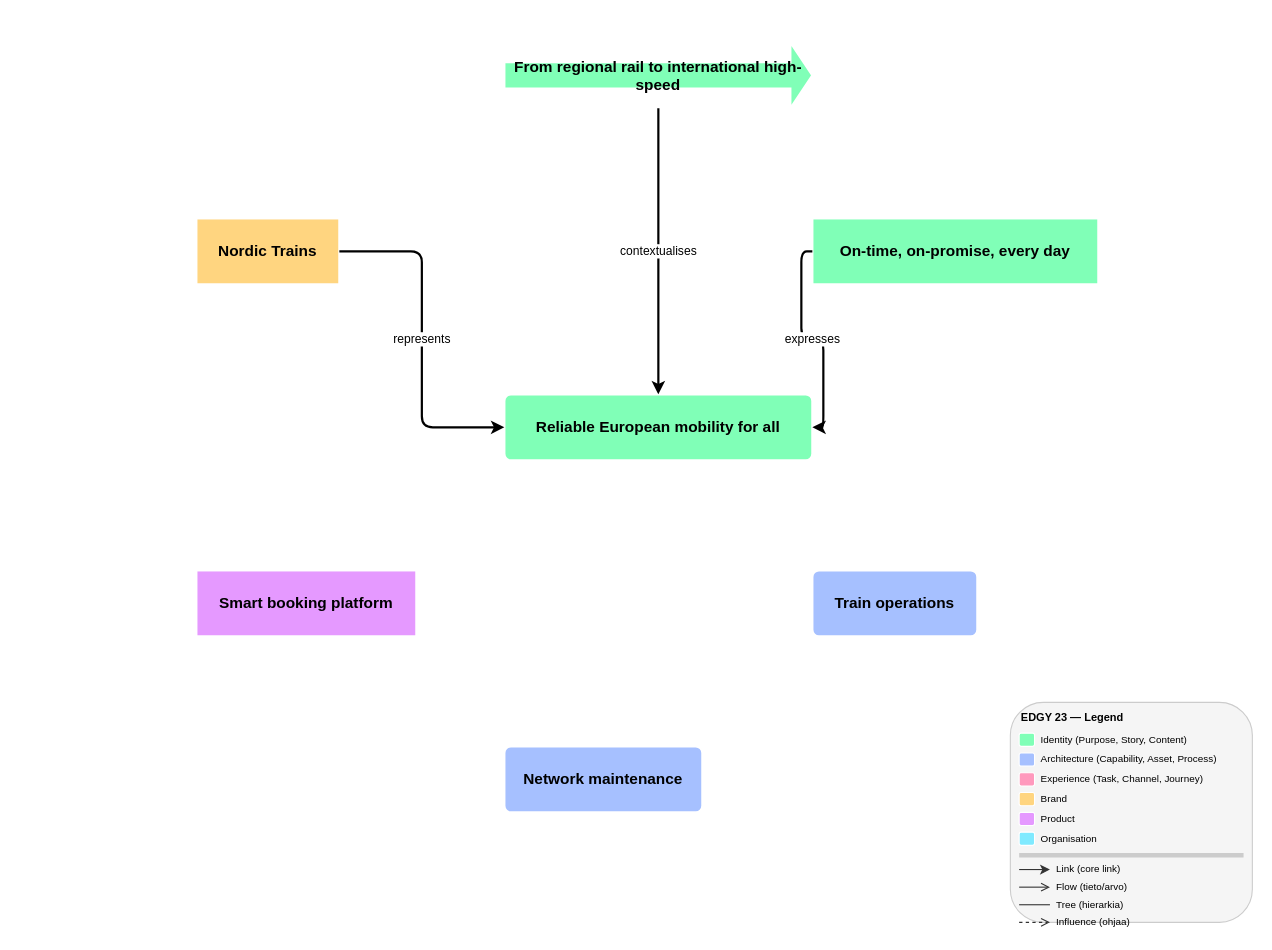
Earlier version of the draw.io diagram skills/documentation/edgy-diagram/examples/expected-purpose.drawio (Rahola/edgy-skills). Source tidied: cells renumbered, new cells numbered last; positions are measured from the earlier drawing's top-left corner, leaving out a move shared by most shapes. Both pictures are drawn from the tidied source at 110%, with x=0, y=0 at pixel (196, 42).
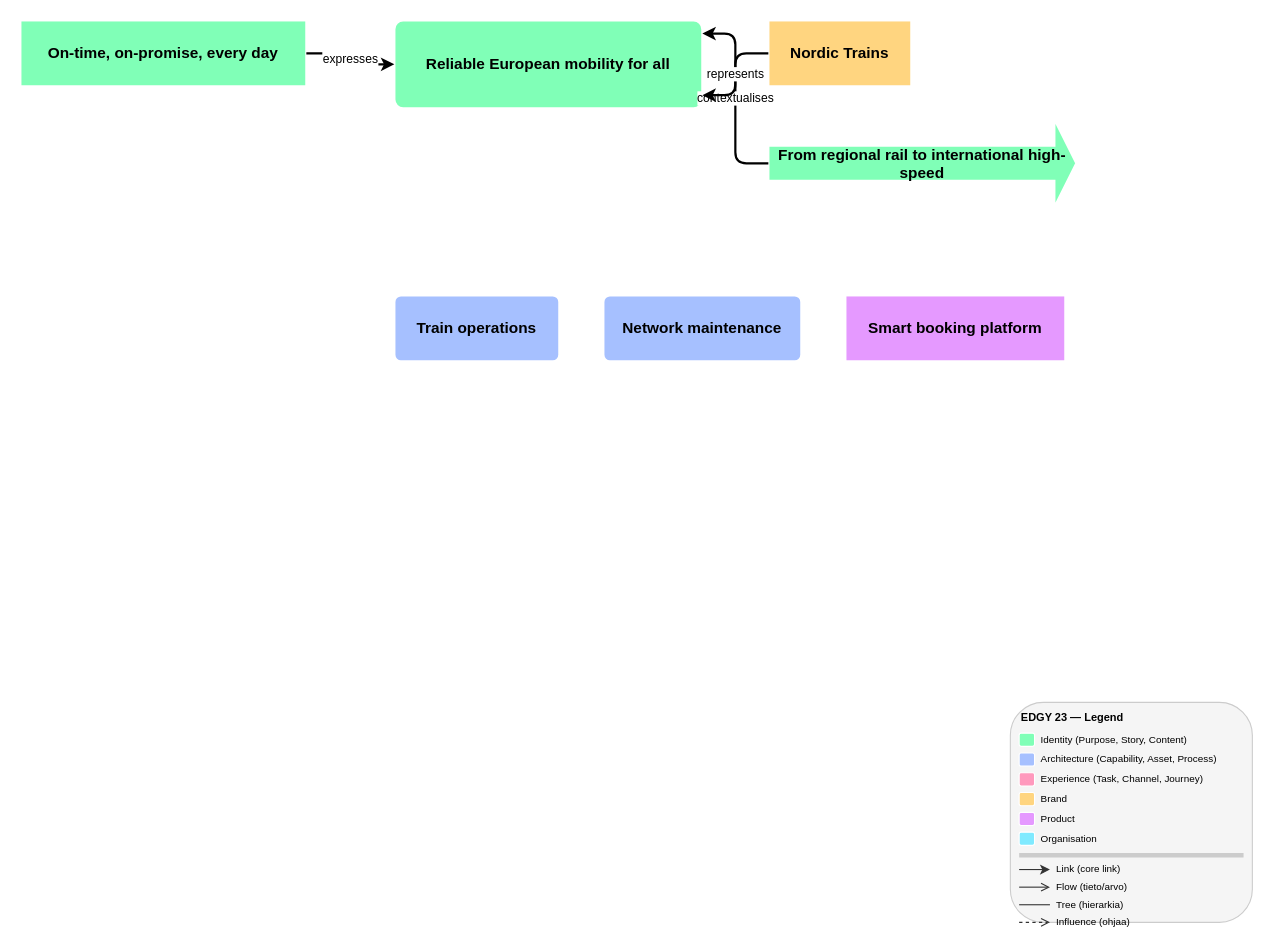
After the change.

What changed in the source:
```diff
@@
     <mxCell id="2" value="Reliable European mobility for all" style="rounded=1;whiteSpace=wrap;html=1;fillColor=#80ffb7;strokeColor=#FFFFFF;strokeWidth=2;arcSize=10;verticalAlign=middle;fontStyle=1;fontSize=14;" parent="1" vertex="1">
-      <mxGeometry x="280" y="320" width="280" height="60" as="geometry" />
+      <mxGeometry x="180" y="-20" width="280" height="80" as="geometry" />
     </mxCell>
     <mxCell id="3" value="From regional rail to international high-speed" style="shape=mxgraph.arrows2.arrow;dy=0.6;dx=20;notch=0;whiteSpace=wrap;html=1;fillColor=#80ffb7;strokeColor=#FFFFFF;strokeWidth=2;verticalAlign=middle;fontStyle=1;fontSize=14;" parent="1" vertex="1">
-      <mxGeometry x="280" width="280" height="60" as="geometry" />
+      <mxGeometry x="520" y="70" width="280" height="80" as="geometry" />
     </mxCell>
     <mxCell id="4" value="On-time, on-promise, every day" style="whiteSpace=wrap;html=1;fillColor=#80ffb7;strokeColor=#FFFFFF;strokeWidth=2;verticalAlign=middle;fontStyle=1;fontSize=14;" parent="1" vertex="1">
-      <mxGeometry x="560" y="160" width="260" height="60" as="geometry" />
+      <mxGeometry x="-160" y="-20" width="260" height="60" as="geometry" />
     </mxCell>
     <mxCell id="5" value="Train operations" style="rounded=1;whiteSpace=wrap;html=1;fillColor=#a6c0ff;strokeColor=#FFFFFF;strokeWidth=2;arcSize=10;verticalAlign=middle;fontStyle=1;fontSize=14;" parent="1" vertex="1">
-      <mxGeometry x="560" y="480" width="150" height="60" as="geometry" />
+      <mxGeometry x="180" y="230" width="150" height="60" as="geometry" />
     </mxCell>
     <mxCell id="6" value="Network maintenance" style="rounded=1;whiteSpace=wrap;html=1;fillColor=#a6c0ff;strokeColor=#FFFFFF;strokeWidth=2;arcSize=10;verticalAlign=middle;fontStyle=1;fontSize=14;" parent="1" vertex="1">
-      <mxGeometry x="280" y="640" width="180" height="60" as="geometry" />
+      <mxGeometry x="370" y="230" width="180" height="60" as="geometry" />
     </mxCell>
     <mxCell id="7" value="Smart booking platform" style="whiteSpace=wrap;html=1;fillColor=#e599ff;strokeColor=#FFFFFF;strokeWidth=2;verticalAlign=middle;fontStyle=1;fontSize=14;" parent="1" vertex="1">
-      <mxGeometry y="480" width="200" height="60" as="geometry" />
+      <mxGeometry x="590" y="230" width="200" height="60" as="geometry" />
     </mxCell>
     <mxCell id="8" value="Nordic Trains" style="whiteSpace=wrap;html=1;fillColor=#ffd580;strokeColor=#FFFFFF;strokeWidth=2;verticalAlign=middle;fontStyle=1;fontSize=14;" parent="1" vertex="1">
-      <mxGeometry y="160" width="130" height="60" as="geometry" />
+      <mxGeometry x="520" y="-20" width="130" height="60" as="geometry" />
     </mxCell>
-    <mxCell id="9" value="contextualises" style="edgeStyle=orthogonalEdgeStyle;rounded=1;strokeWidth=2;fontSize=11;html=1;jumpStyle=arc;jumpSize=8;labelBackgroundColor=#ffffff;labelBorderColor=none;endArrow=classic;endFill=1;exitX=0.5;exitY=1.0;exitDx=0;exitDy=0;entryX=0.5;entryY=0.0;entryDx=0;entryDy=0;" parent="1" edge="1" source="3" target="2">
+    <mxCell id="9" value="contextualises" style="edgeStyle=orthogonalEdgeStyle;rounded=1;strokeWidth=2;fontSize=11;html=1;jumpStyle=arc;jumpSize=8;labelBackgroundColor=#ffffff;labelBorderColor=none;endArrow=classic;endFill=1;exitX=0.0;exitY=0.5;exitDx=0;exitDy=0;entryX=1.0;entryY=0.15;entryDx=0;entryDy=0;" parent="1" edge="1" source="3" target="2">
       <mxGeometry relative="1" as="geometry" />
     </mxCell>
-    <mxCell id="10" value="expresses" style="edgeStyle=orthogonalEdgeStyle;rounded=1;strokeWidth=2;fontSize=11;html=1;jumpStyle=arc;jumpSize=8;labelBackgroundColor=#ffffff;labelBorderColor=none;endArrow=classic;endFill=1;exitX=0.0;exitY=0.5;exitDx=0;exitDy=0;entryX=1.0;entryY=0.5;entryDx=0;entryDy=0;" parent="1" edge="1" source="4" target="2">
+    <mxCell id="10" value="expresses" style="edgeStyle=orthogonalEdgeStyle;rounded=1;strokeWidth=2;fontSize=11;html=1;jumpStyle=arc;jumpSize=8;labelBackgroundColor=#ffffff;labelBorderColor=none;endArrow=classic;endFill=1;exitX=1.0;exitY=0.5;exitDx=0;exitDy=0;entryX=0.0;entryY=0.5;entryDx=0;entryDy=0;" parent="1" edge="1" source="4" target="2">
       <mxGeometry relative="1" as="geometry" />
     </mxCell>
-    <mxCell id="11" value="represents" style="edgeStyle=orthogonalEdgeStyle;rounded=1;strokeWidth=2;fontSize=11;html=1;jumpStyle=arc;jumpSize=8;labelBackgroundColor=#ffffff;labelBorderColor=none;endArrow=classic;endFill=1;exitX=1.0;exitY=0.5;exitDx=0;exitDy=0;entryX=0.0;entryY=0.5;entryDx=0;entryDy=0;" parent="1" edge="1" source="8" target="2">
+    <mxCell id="11" value="represents" style="edgeStyle=orthogonalEdgeStyle;rounded=1;strokeWidth=2;fontSize=11;html=1;jumpStyle=arc;jumpSize=8;labelBackgroundColor=#ffffff;labelBorderColor=none;endArrow=classic;endFill=1;exitX=0.0;exitY=0.5;exitDx=0;exitDy=0;entryX=1.0;entryY=0.85;entryDx=0;entryDy=0;" parent="1" edge="1" source="8" target="2">
       <mxGeometry relative="1" as="geometry" />
     </mxCell>
```
